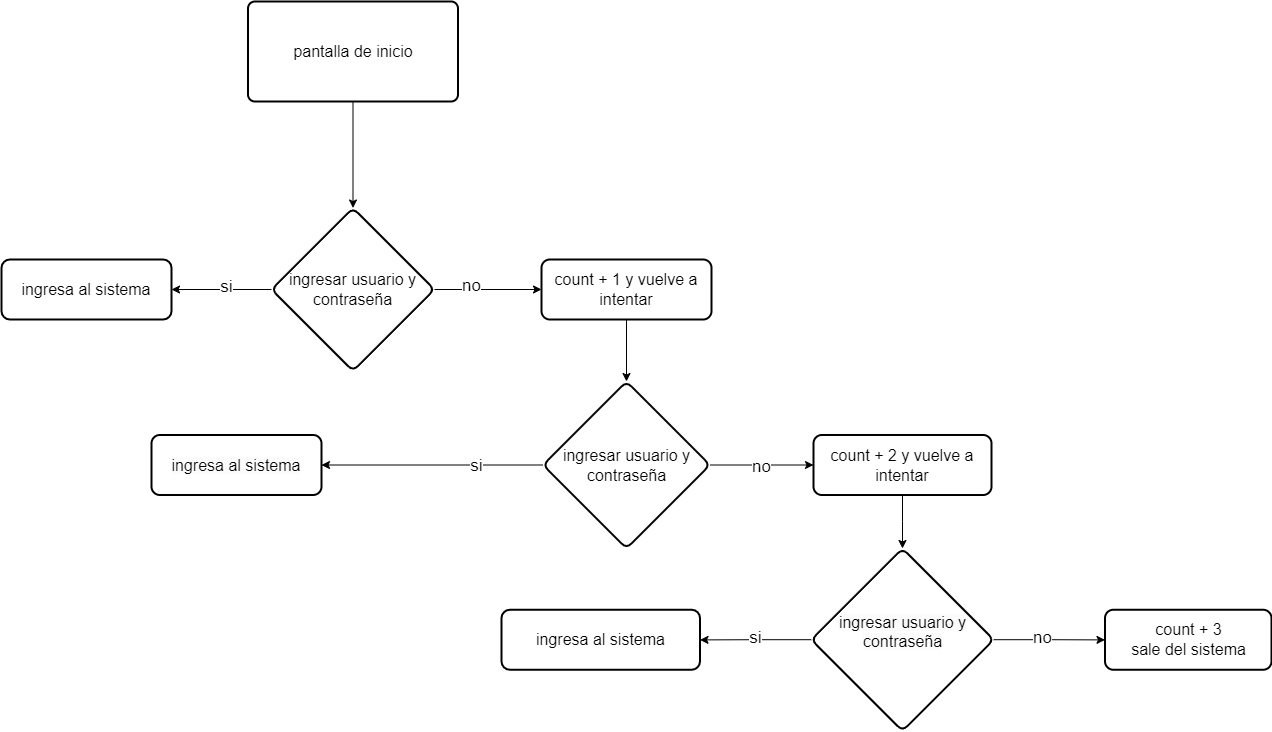
The draw.io diagram Diagrama sin título.drawio.png in cuerojr/tp-1-ayed, before a commit. Source tidied: cells renumbered, new cells last; positions are measured from the earlier drawing's top-left corner, leaving out a move shared by most shapes. The source it was exported from:
```xml
<mxGraphModel>
  <root>
    <mxCell id="0" />
    <mxCell id="1" parent="0" />
    <mxCell id="2" style="edgeStyle=orthogonalEdgeStyle;rounded=0;jettySize=auto;html=1;" parent="1" edge="1" source="3" target="8">
      <mxGeometry relative="1" as="geometry" />
    </mxCell>
    <mxCell id="3" value="&lt;font style=&quot;font-size: 16px;&quot;&gt;pantalla de inicio&lt;/font&gt;" style="rounded=1;whiteSpace=wrap;html=1;absoluteArcSize=1;arcSize=14;strokeWidth=2;" parent="1" vertex="1">
      <mxGeometry x="246.5" width="210" height="100" as="geometry" />
    </mxCell>
    <mxCell id="4" style="edgeStyle=orthogonalEdgeStyle;rounded=0;jettySize=auto;html=1;" parent="1" edge="1" source="8" target="9">
      <mxGeometry relative="1" as="geometry" />
    </mxCell>
    <mxCell id="5" value="si" style="edgeLabel;html=1;align=center;verticalAlign=middle;fontSize=17;" parent="4" vertex="1">
      <mxGeometry x="-0.06" y="-3" relative="1" as="geometry" />
    </mxCell>
    <mxCell id="6" style="edgeStyle=orthogonalEdgeStyle;rounded=0;jettySize=auto;html=1;" parent="1" edge="1" source="8" target="11">
      <mxGeometry relative="1" as="geometry" />
    </mxCell>
    <mxCell id="7" value="no" style="edgeLabel;html=1;align=center;verticalAlign=middle;fontSize=17;" parent="6" vertex="1">
      <mxGeometry x="-0.32" y="4" relative="1" as="geometry" />
    </mxCell>
    <mxCell id="8" value="&lt;font style=&quot;font-size: 16px;&quot;&gt;ingresar usuario y contraseña&lt;/font&gt;" style="rhombus;whiteSpace=wrap;html=1;rounded=1;arcSize=14;strokeWidth=2;" parent="1" vertex="1">
      <mxGeometry x="270" y="206.5" width="163" height="163" as="geometry" />
    </mxCell>
    <mxCell id="9" value="&lt;font style=&quot;font-size: 16px;&quot;&gt;ingresa al sistema&lt;/font&gt;" style="whiteSpace=wrap;html=1;rounded=1;arcSize=14;strokeWidth=2;" parent="1" vertex="1">
      <mxGeometry y="258" width="170" height="60" as="geometry" />
    </mxCell>
    <mxCell id="10" style="edgeStyle=orthogonalEdgeStyle;rounded=0;jettySize=auto;html=1;" parent="1" edge="1" source="11" target="16">
      <mxGeometry relative="1" as="geometry" />
    </mxCell>
    <mxCell id="11" value="&lt;font style=&quot;font-size: 16px;&quot;&gt;count + 1 y vuelve a intentar&lt;/font&gt;" style="whiteSpace=wrap;html=1;rounded=1;arcSize=14;strokeWidth=2;" parent="1" vertex="1">
      <mxGeometry x="540" y="258" width="170" height="60" as="geometry" />
    </mxCell>
    <mxCell id="12" style="edgeStyle=orthogonalEdgeStyle;rounded=0;jettySize=auto;html=1;" parent="1" edge="1" source="16" target="17">
      <mxGeometry relative="1" as="geometry" />
    </mxCell>
    <mxCell id="13" value="&lt;font style=&quot;font-size: 17px;&quot;&gt;si&lt;/font&gt;" style="edgeLabel;html=1;align=center;verticalAlign=middle;" parent="12" vertex="1">
      <mxGeometry x="-0.38" relative="1" as="geometry" />
    </mxCell>
    <mxCell id="14" style="edgeStyle=orthogonalEdgeStyle;rounded=0;jettySize=auto;html=1;" parent="1" edge="1" source="16" target="19">
      <mxGeometry relative="1" as="geometry" />
    </mxCell>
    <mxCell id="15" value="&lt;font style=&quot;font-size: 17px;&quot;&gt;no&lt;/font&gt;" style="edgeLabel;html=1;align=center;verticalAlign=middle;" parent="14" vertex="1">
      <mxGeometry x="-0.03" y="-1" relative="1" as="geometry" />
    </mxCell>
    <mxCell id="16" value="&lt;span style=&quot;font-size: 16px;&quot;&gt;ingresar usuario y contraseña&lt;/span&gt;" style="rhombus;whiteSpace=wrap;html=1;rounded=1;arcSize=14;strokeWidth=2;" parent="1" vertex="1">
      <mxGeometry x="541.5" y="380" width="167" height="167" as="geometry" />
    </mxCell>
    <mxCell id="17" value="&lt;span style=&quot;color: rgb(0, 0, 0); font-family: Helvetica; font-size: 16px; font-style: normal; font-variant-ligatures: normal; font-variant-caps: normal; font-weight: 400; letter-spacing: normal; orphans: 2; text-align: center; text-indent: 0px; text-transform: none; widows: 2; word-spacing: 0px; -webkit-text-stroke-width: 0px; white-space: normal; background-color: rgb(251, 251, 251); text-decoration-thickness: initial; text-decoration-style: initial; text-decoration-color: initial; display: inline !important; float: none;&quot;&gt;ingresa al sistema&lt;/span&gt;" style="whiteSpace=wrap;html=1;rounded=1;arcSize=14;strokeWidth=2;" parent="1" vertex="1">
      <mxGeometry x="150" y="433.5" width="170" height="60" as="geometry" />
    </mxCell>
    <mxCell id="18" style="edgeStyle=orthogonalEdgeStyle;rounded=0;jettySize=auto;html=1;" parent="1" edge="1" source="19" target="24">
      <mxGeometry relative="1" as="geometry" />
    </mxCell>
    <mxCell id="19" value="&lt;span style=&quot;font-size: 16px;&quot;&gt;count + 2 y vuelve a intentar&lt;/span&gt;" style="whiteSpace=wrap;html=1;rounded=1;arcSize=14;strokeWidth=2;" parent="1" vertex="1">
      <mxGeometry x="812" y="433.5" width="178" height="60" as="geometry" />
    </mxCell>
    <mxCell id="20" style="edgeStyle=orthogonalEdgeStyle;rounded=0;jettySize=auto;html=1;" parent="1" edge="1" source="24" target="25">
      <mxGeometry relative="1" as="geometry" />
    </mxCell>
    <mxCell id="21" value="&lt;font style=&quot;font-size: 17px;&quot;&gt;si&lt;/font&gt;" style="edgeLabel;html=1;align=center;verticalAlign=middle;" parent="20" vertex="1">
      <mxGeometry y="-2" relative="1" as="geometry">
        <mxPoint x="-1" as="offset" />
      </mxGeometry>
    </mxCell>
    <mxCell id="22" style="edgeStyle=orthogonalEdgeStyle;rounded=0;jettySize=auto;html=1;" parent="1" edge="1" source="24" target="26">
      <mxGeometry relative="1" as="geometry" />
    </mxCell>
    <mxCell id="23" value="&lt;font style=&quot;font-size: 17px;&quot;&gt;no&lt;/font&gt;" style="edgeLabel;html=1;align=center;verticalAlign=middle;" parent="22" vertex="1">
      <mxGeometry x="-0.15" y="2" relative="1" as="geometry" />
    </mxCell>
    <mxCell id="24" value="&#10;&lt;span style=&quot;color: rgb(0, 0, 0); font-family: Helvetica; font-size: 16px; font-style: normal; font-variant-ligatures: normal; font-variant-caps: normal; font-weight: 400; letter-spacing: normal; orphans: 2; text-align: center; text-indent: 0px; text-transform: none; widows: 2; word-spacing: 0px; -webkit-text-stroke-width: 0px; white-space: normal; background-color: rgb(251, 251, 251); text-decoration-thickness: initial; text-decoration-style: initial; text-decoration-color: initial; display: inline !important; float: none;&quot;&gt;ingresar usuario y contraseña&lt;/span&gt;&#10;&#10;" style="rhombus;whiteSpace=wrap;html=1;rounded=1;arcSize=14;strokeWidth=2;" parent="1" vertex="1">
      <mxGeometry x="809.8" y="547" width="182.5" height="182.5" as="geometry" />
    </mxCell>
    <mxCell id="25" value="&lt;span style=&quot;font-size: 16px;&quot;&gt;ingresa al sistema&lt;/span&gt;" style="whiteSpace=wrap;html=1;rounded=1;arcSize=14;strokeWidth=2;" parent="1" vertex="1">
      <mxGeometry x="500" y="608.2" width="198.5" height="60" as="geometry" />
    </mxCell>
    <mxCell id="26" value="&lt;div&gt;&lt;span style=&quot;font-size: 16px; background-color: initial;&quot;&gt;count + 3&lt;/span&gt;&lt;/div&gt;&lt;div&gt;&lt;span style=&quot;font-size: 16px;&quot;&gt;sale del sistema&lt;/span&gt;&lt;/div&gt;" style="whiteSpace=wrap;html=1;rounded=1;arcSize=14;strokeWidth=2;" parent="1" vertex="1">
      <mxGeometry x="1103.5" y="608.2" width="166.5" height="60" as="geometry" />
    </mxCell>
  </root>
</mxGraphModel>
```
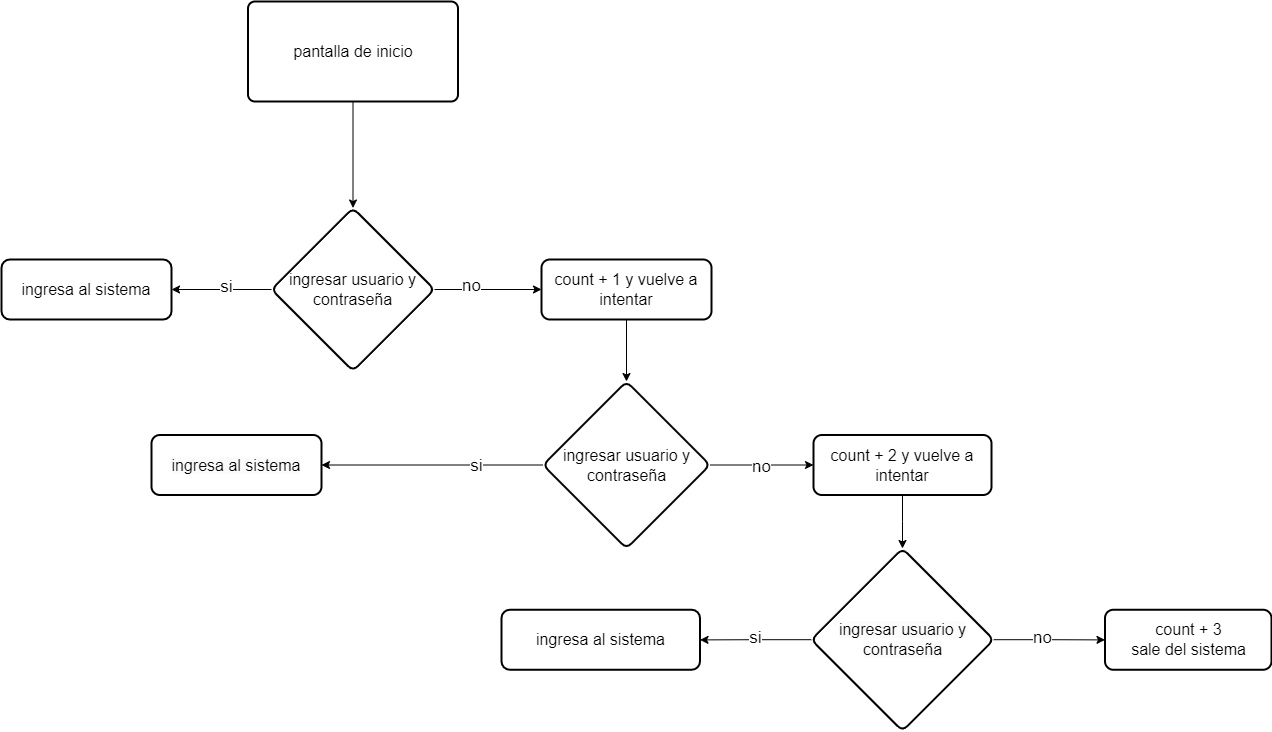
After the commit.

The edit, as a diff of the source:
```diff
@@ -70,7 +70,7 @@
     <mxCell id="23" value="&lt;font style=&quot;font-size: 17px;&quot;&gt;no&lt;/font&gt;" style="edgeLabel;html=1;align=center;verticalAlign=middle;" parent="22" vertex="1">
       <mxGeometry x="-0.15" y="2" relative="1" as="geometry" />
     </mxCell>
-    <mxCell id="24" value="&#10;&lt;span style=&quot;color: rgb(0, 0, 0); font-family: Helvetica; font-size: 16px; font-style: normal; font-variant-ligatures: normal; font-variant-caps: normal; font-weight: 400; letter-spacing: normal; orphans: 2; text-align: center; text-indent: 0px; text-transform: none; widows: 2; word-spacing: 0px; -webkit-text-stroke-width: 0px; white-space: normal; background-color: rgb(251, 251, 251); text-decoration-thickness: initial; text-decoration-style: initial; text-decoration-color: initial; display: inline !important; float: none;&quot;&gt;ingresar usuario y contraseña&lt;/span&gt;&#10;&#10;" style="rhombus;whiteSpace=wrap;html=1;rounded=1;arcSize=14;strokeWidth=2;" parent="1" vertex="1">
+    <mxCell id="24" value="&lt;span style=&quot;color: rgb(0, 0, 0); font-family: Helvetica; font-size: 16px; font-style: normal; font-variant-ligatures: normal; font-variant-caps: normal; font-weight: 400; letter-spacing: normal; orphans: 2; text-align: center; text-indent: 0px; text-transform: none; widows: 2; word-spacing: 0px; -webkit-text-stroke-width: 0px; white-space: normal; background-color: rgb(251, 251, 251); text-decoration-thickness: initial; text-decoration-style: initial; text-decoration-color: initial; display: inline !important; float: none;&quot;&gt;ingresar usuario y contraseña&lt;/span&gt;" style="rhombus;whiteSpace=wrap;html=1;rounded=1;arcSize=14;strokeWidth=2;" parent="1" vertex="1">
       <mxGeometry x="809.8" y="547" width="182.5" height="182.5" as="geometry" />
     </mxCell>
     <mxCell id="25" value="&lt;span style=&quot;font-size: 16px;&quot;&gt;ingresa al sistema&lt;/span&gt;" style="whiteSpace=wrap;html=1;rounded=1;arcSize=14;strokeWidth=2;" parent="1" vertex="1">
```
